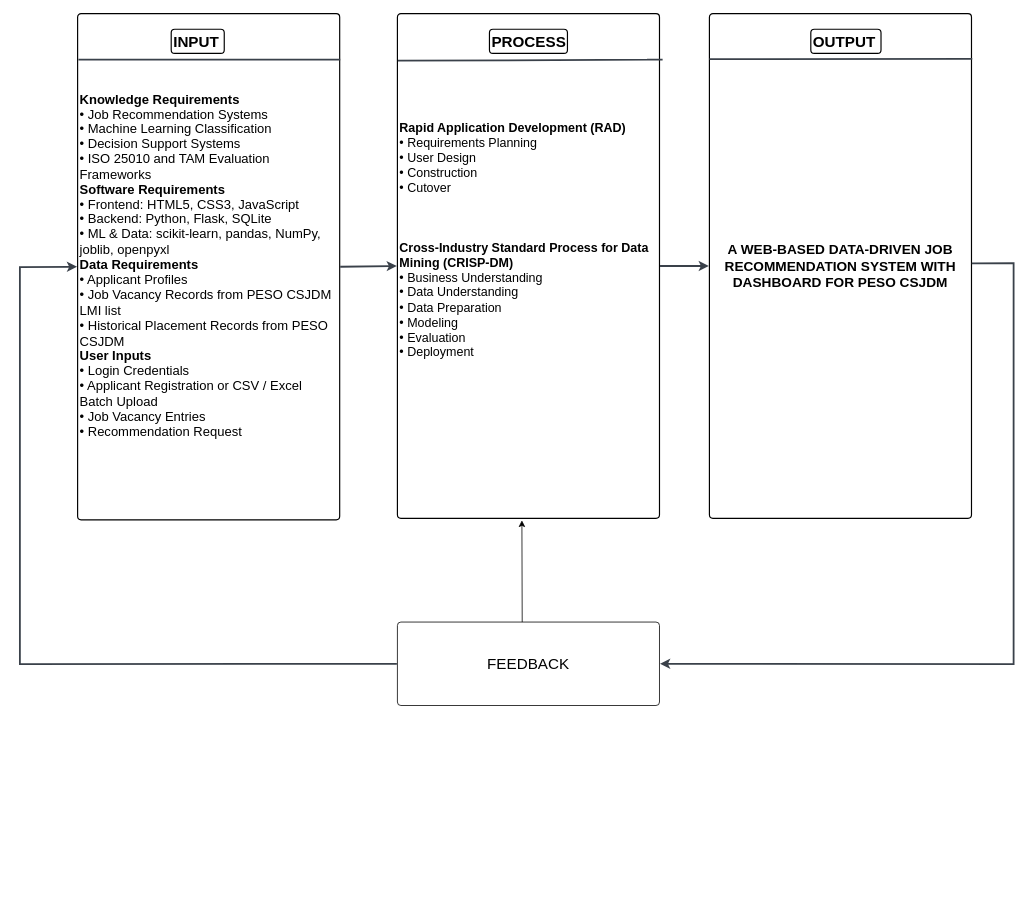
Earlier version of the draw.io diagram DOCUMENTATION/PAPER/diagrams/conceptualframework.drawio.xml (leandroalabado20/CAPSTONE). Source tidied: cells renumbered, new cells numbered last; positions are measured from the earlier drawing's top-left corner, leaving out a move shared by most shapes. Both pictures are drawn from the tidied source at 78%, with x=0, y=0 at pixel (20, 13).
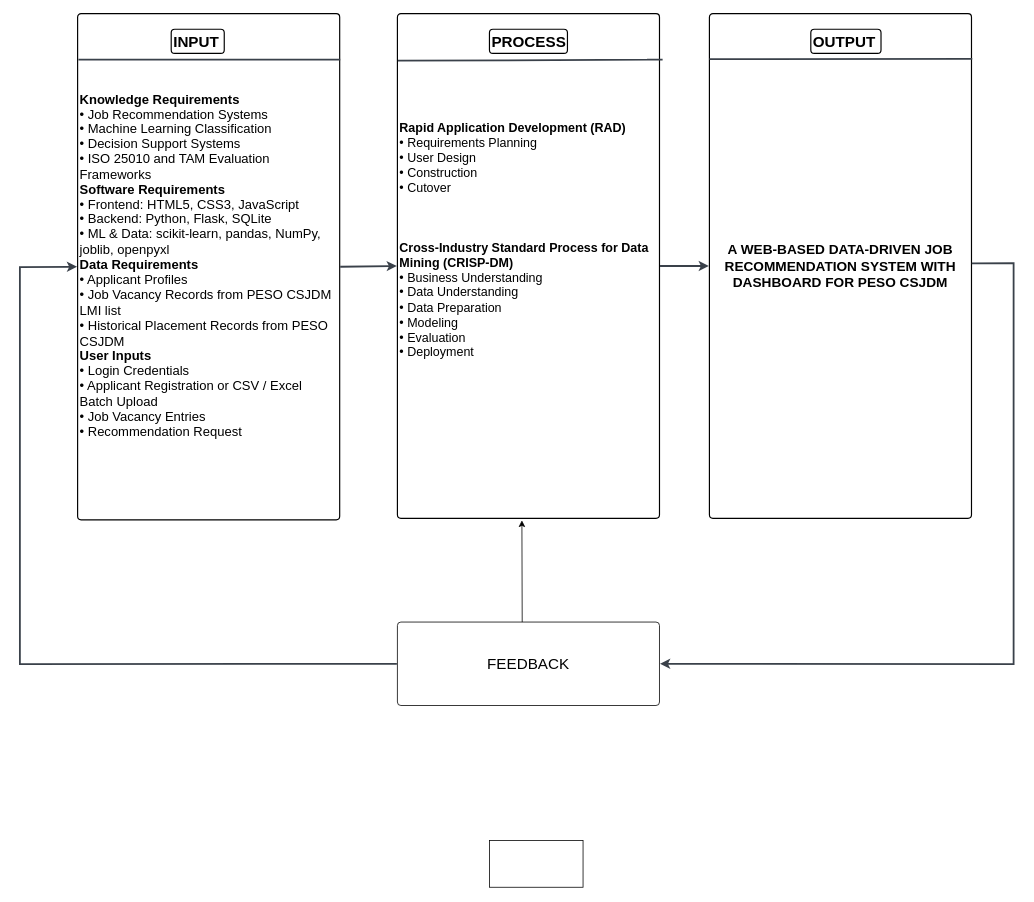
The same diagram, later.

Diff of the diagram source:
```diff
@@
+    <mxCell id="17" style="rounded=0;whiteSpace=wrap;html=1;" parent="1" vertex="1">
+      <mxGeometry x="602" y="1060" width="120" height="60" as="geometry" />
+    </mxCell>
```
